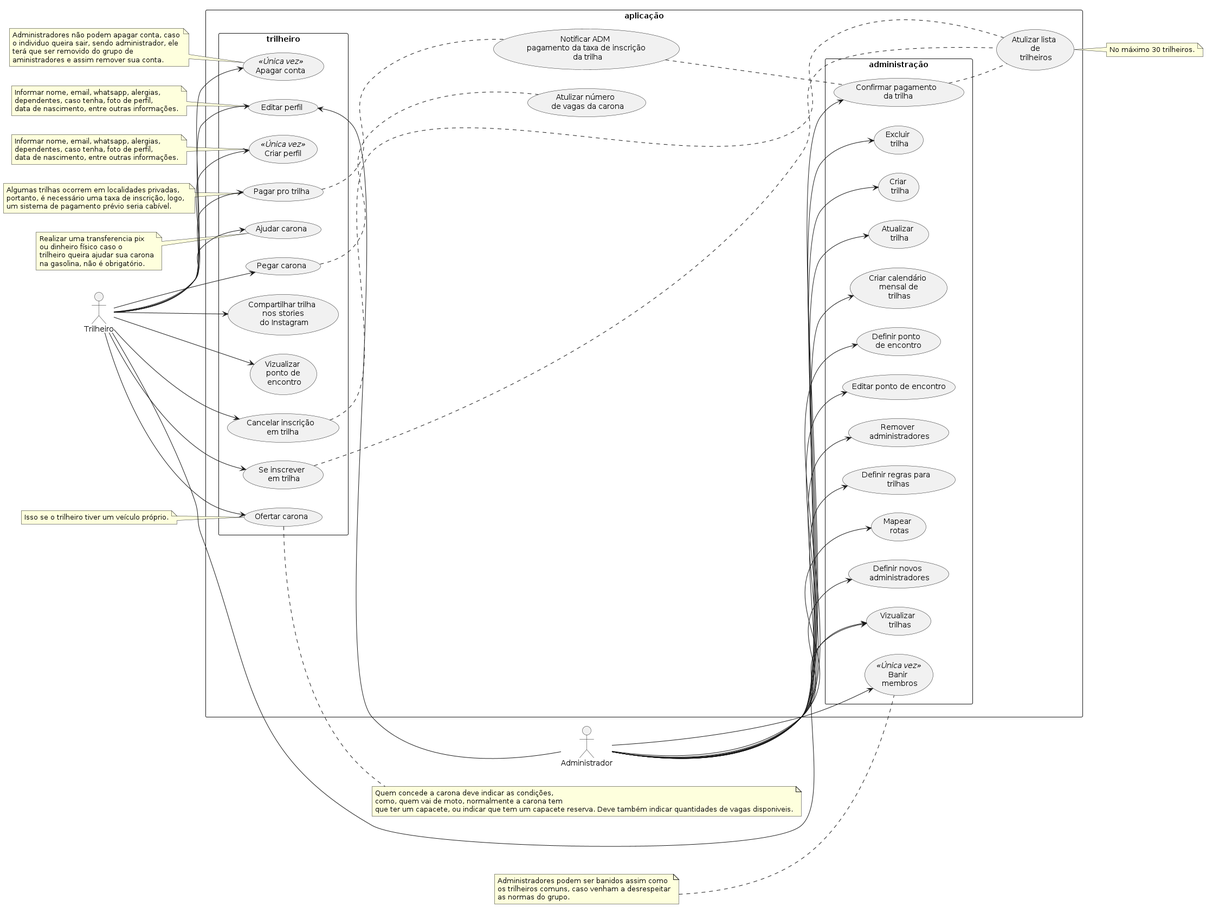
tiagors09/pe_na_pedra keeps this PlantUML diagram as docs/diagrams/out/pe-na-pedra-usecase/pe-na-pedra.png. Above is the earlier version. Source of this version:
```plantuml
@startuml pe-na-pedra
left to right direction

:Administrador: as adm
:Trilheiro: as tr

rectangle aplicação {
  rectangle administração {
    usecase (Banir \n membros) as uc1 <<Única vez>>
    usecase (Mapear \n rotas) as uc2
    usecase (Excluir \n trilha) as uc5
    usecase (Vizualizar \n trilhas) as uc3
    usecase (Criar \n trilha) as uc4
    usecase (Atualizar \n trilha) as uc6
    usecase (Criar calendário \n mensal de \n trilhas) as uc7
    usecase (Definir ponto \n de encontro) as uc22
    usecase (Confirmar pagamento \n da trilha) as uc23
    usecase (Definir novos \n administradores) as uc13
    usecase (Remover \n administradores) as uc18
    usecase (Definir regras para \n trilhas) as uc19
    usecase (Editar ponto de encontro) as uc26
  }

  rectangle trilheiro {
    usecase (Vizualizar \n ponto de \n encontro) as uc8
    usecase (Se inscrever \n em trilha) as uc9
    usecase (Ofertar carona) as uc10
    usecase (Pegar carona) as uc11
    usecase (Criar perfil) <<Única vez>> as uc20
    usecase (Ajudar carona) as uc12
    usecase (Compartilhar trilha \n nos stories \n do Instagram) as uc14
    usecase (Cancelar inscrição \n em trilha) as uc15
    usecase (Editar perfil) as uc16
    usecase (Apagar conta) as uc17 <<Única vez>>
    usecase (Pagar pro trilha) as uc21

  }

  usecase (Atulizar lista \n de \n trilheiros) as uc24
  usecase (Atulizar número \n de vagas da carona) as uc25
  usecase (Notificar ADM \n pagamento da taxa de inscrição \n da trilha) as uc27

  uc15 .. uc24
  uc9 .. uc24
  uc23 .. uc24
  uc11 .. uc25
  uc21 .. uc27
  uc27 .. uc23
}


note right of uc24
  No máximo 30 trilheiros.
end note


note left of uc1
  Administradores podem ser banidos assim como
  os trilheiros comuns, caso venham a desrespeitar
  as normas do grupo.
end note

note left of uc17
  Administradores não podem apagar conta, caso
  o individuo queira sair, sendo administrador, ele
  terá que ser removido do grupo de
  aministradores e assim remover sua conta.
end note

note left of uc16
  Informar nome, email, whatsapp, alergias,
  dependentes, caso tenha, foto de perfil,
  data de nascimento, entre outras informações.
end note

note left of uc20
  Informar nome, email, whatsapp, alergias,
  dependentes, caso tenha, foto de perfil,
  data de nascimento, entre outras informações.
end note

note left of uc21
  Algumas trilhas ocorrem em localidades privadas,
  portanto, é necessário uma taxa de inscrição, logo,
  um sistema de pagamento prévio seria cabível.
end note

note left of uc12
  Realizar uma transferencia pix
  ou dinheiro físico caso o
  trilheiro queira ajudar sua carona
  na gasolina, não é obrigatório.
end note

note right of uc10
  Quem concede a carona deve indicar as condições,
  como, quem vai de moto, normalmente a carona tem
  que ter um capacete, ou indicar que tem um capacete reserva. Deve também indicar quantidades de vagas disponiveis.
end note

note left of uc10
  Isso se o trilheiro tiver um veículo próprio.
end note

adm -left-> uc1
adm -left-> uc2
adm -left-> uc3
adm --> uc4
adm --> uc5
adm --> uc6
adm --> uc7
adm -left-> uc13
adm --> uc16
adm --> uc18
adm --> uc19
adm --> uc23
adm --> uc22
adm --> uc26

tr --> uc3
tr --> uc8
tr -left-> uc9
tr -left-> uc10
tr -left-> uc11
tr -left-> uc12
tr --> uc14
tr --> uc15
tr --> uc16
tr --> uc17
tr --> uc20
tr --> uc21
@enduml
```
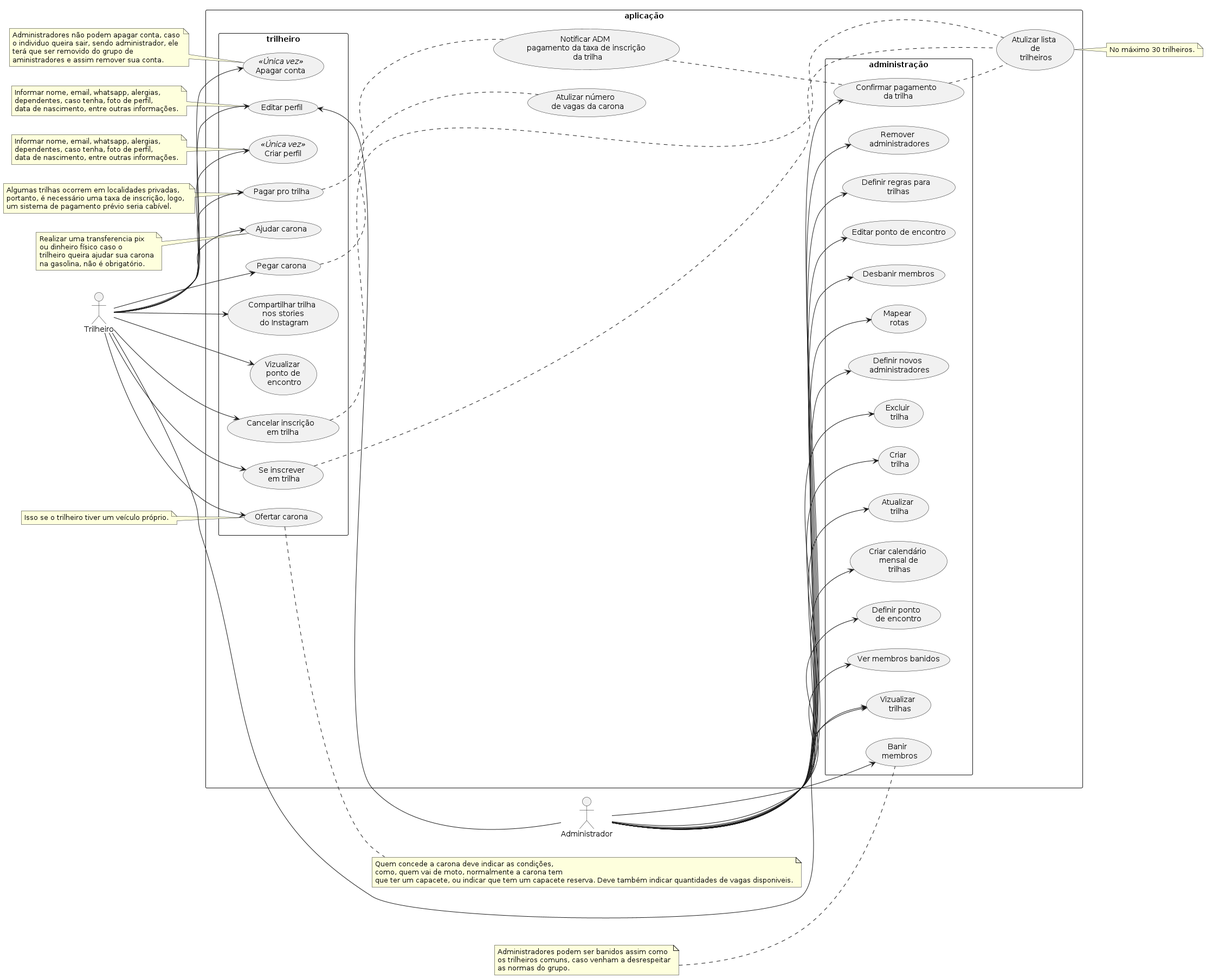
After the commit.

Commit message:
docs: :memo: Update usecase diagram

Change to the diagram source:
```diff
@@ -6,7 +6,7 @@
 
 rectangle aplicação {
   rectangle administração {
-    usecase (Banir \n membros) as uc1 <<Única vez>>
+    usecase (Banir \n membros) as uc1
     usecase (Mapear \n rotas) as uc2
     usecase (Excluir \n trilha) as uc5
     usecase (Vizualizar \n trilhas) as uc3
@@ -19,6 +19,8 @@
     usecase (Remover \n administradores) as uc18
     usecase (Definir regras para \n trilhas) as uc19
     usecase (Editar ponto de encontro) as uc26
+    usecase (Desbanir membros) as uc28
+    usecase (Ver membros banidos) as uc29
   }
 
   rectangle trilheiro {
@@ -33,7 +35,6 @@
     usecase (Editar perfil) as uc16
     usecase (Apagar conta) as uc17 <<Única vez>>
     usecase (Pagar pro trilha) as uc21
-
   }
 
   usecase (Atulizar lista \n de \n trilheiros) as uc24
@@ -116,6 +117,8 @@
 adm --> uc23
 adm --> uc22
 adm --> uc26
+adm --> uc28
+adm --> uc29
 
 tr --> uc3
 tr --> uc8
```
